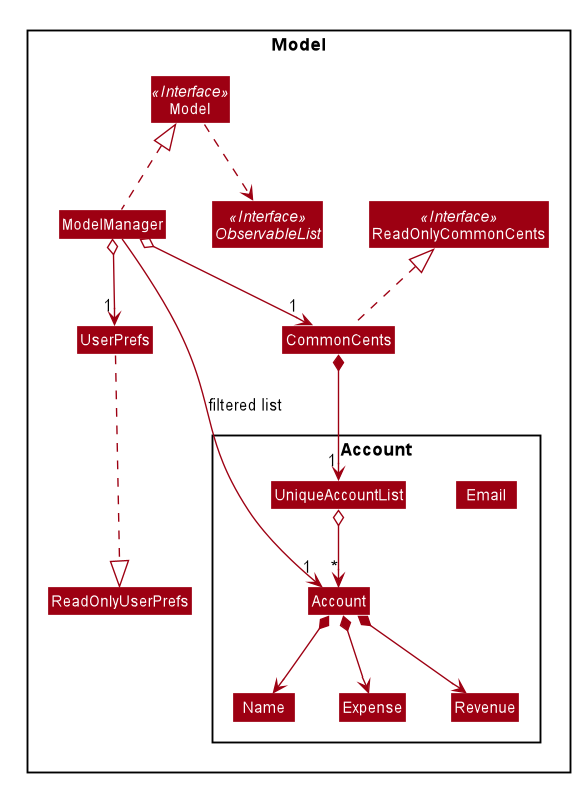
Above: docs/images/ModelClassDiagram.png in nus-cs2103-AY2021S1/tp (PlantUML), before the change.
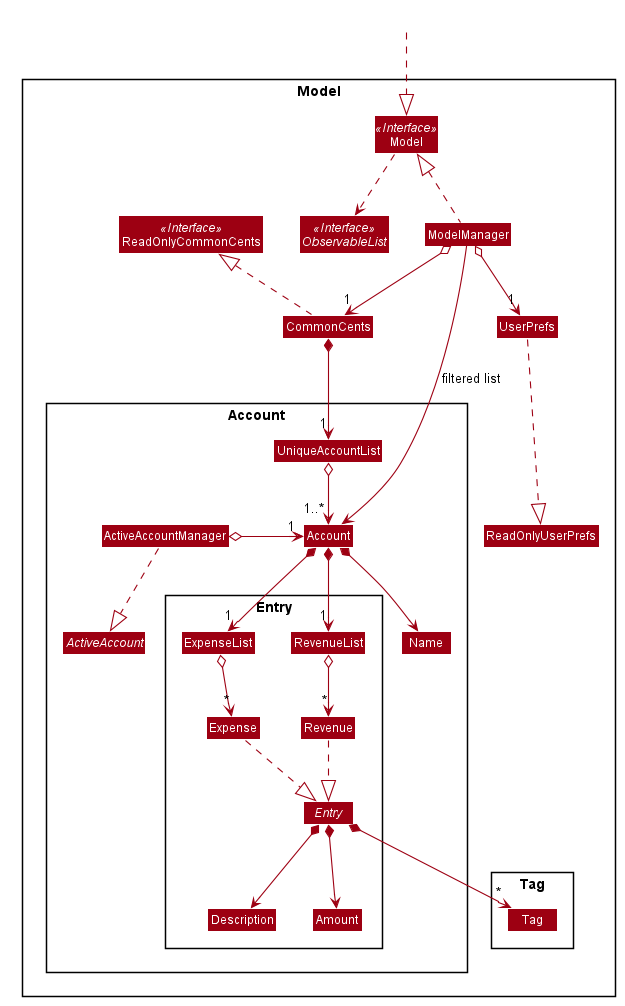
After the commit.

Commit message:
Update Model and Logic Class Diagrams in DG

What changed in the source:
```diff
@@ -52,6 +52,9 @@
 skinparam arrowColor #9D0012
 skinparam classBackgroundColor #9D0012
 
+
+Class hidden #FFFF
+
 Package Model <<Rectangle>>{
 Interface ReadOnlyCommonCents <<Interface>>
 Interface Model <<Interface>>
@@ -64,16 +67,33 @@
 Class ReadOnlyUserPrefs
 
 Package Account {
+Class UniqueAccountList
 Class Account
+Class Name
+Interface ActiveAccount
+Class ActiveAccountManager
+
+
+
+Package Entry {
+Class ExpenseList
+Class RevenueList
+Abstract Class Entry
+Class Expense
 Class Revenue
-Class Email
-Class Name
-Class Expense
-Class UniqueAccountList
+Class Description
+Class Amount
+}
+}
+
+Package Tag {
+Class Tag
+}
 }
 
 
 
+hidden .down.|> Model
 
 CommonCents .up.|> ReadOnlyCommonCents
 
@@ -82,16 +102,24 @@
 ModelManager o--> "1" CommonCents
 ModelManager o--> "1" UserPrefs
 UserPrefs .down..|> ReadOnlyUserPrefs
+ModelManager --> Account: filtered list
+
+ActiveAccountManager ..|> ActiveAccount
+ActiveAccountManager o-right-> "1" Account
 
 CommonCents *--> "1" UniqueAccountList
-UniqueAccountList o--> "*" Account
+UniqueAccountList o--> "1..*" Account
 Account *--> Name
-Account *--> Expense
-Account *--> Revenue
+Account *--> "1" ExpenseList
+Account *--> "1" RevenueList
+
+ExpenseList o--> "*" Expense
+RevenueList o--> "*" Revenue
+Expense .down.|> Entry
+Revenue .down.|> Entry
+Entry *--> Description
+Entry *--> Amount
+Entry *--> "*" Tag
 
 
-Name -[hidden]right-> Expense
-Expense -[hidden]right-> Revenue
-
-ModelManager -->"1" Account : filtered list
 @enduml
```
